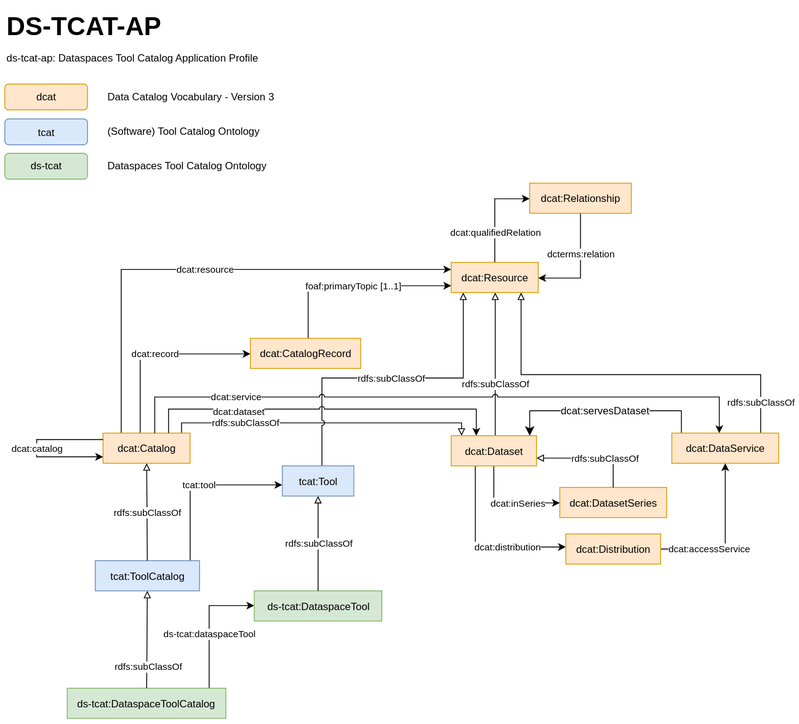
Fraunhofer-FIT-DSAI/ds-tcat-ap keeps this draw.io diagram as editable-visual-models/ds-tcat-ap-concise-visual-model.drawio.svg. Above is the earlier version. Source tidied: cells renumbered, new cells last; positions are measured from the earlier drawing's top-left corner, leaving out a move shared by most shapes.
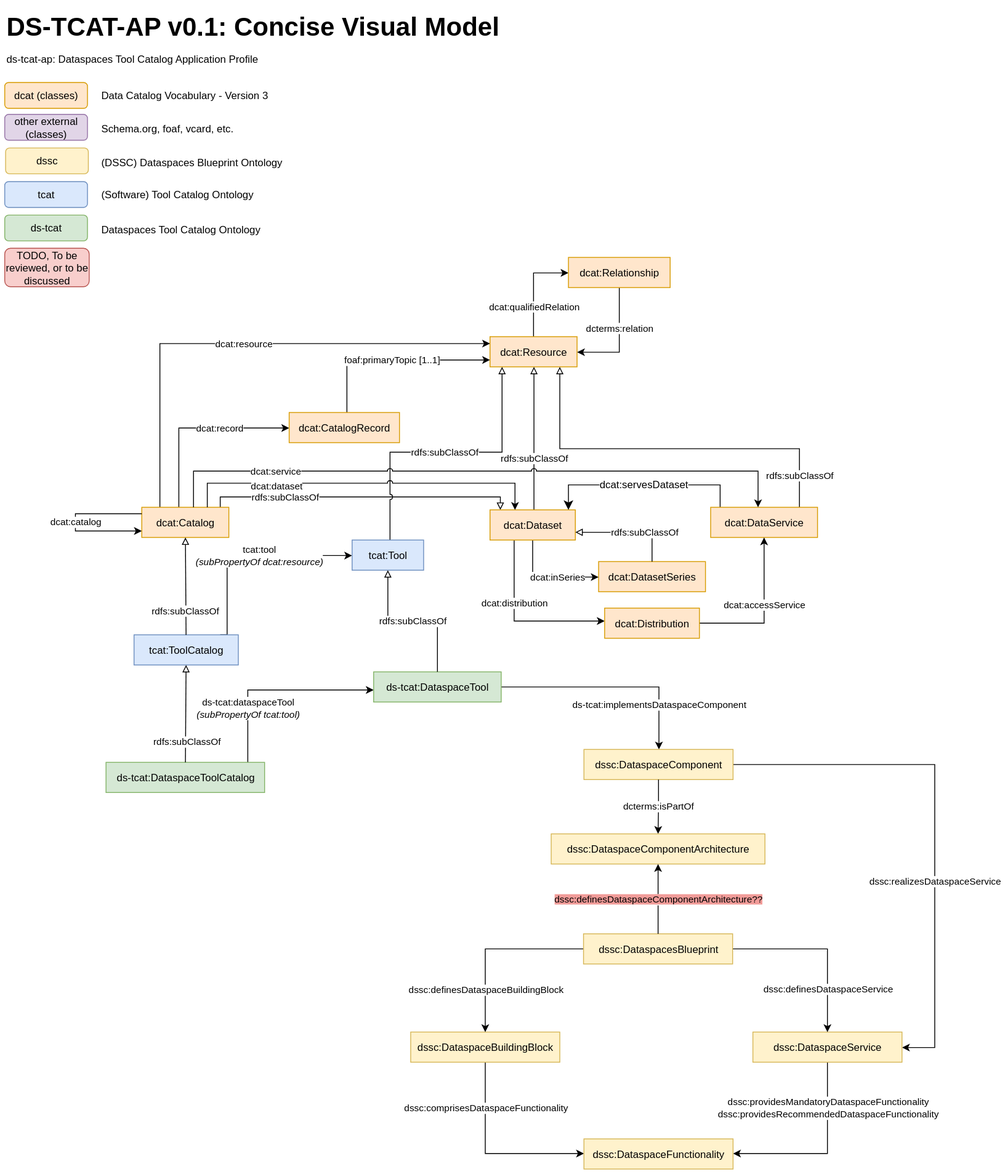
After the commit.

Commit message:
Add dssc ontology to the DS-TCAT-AP Concise Visual Model and illustrate its relationship with the rest of the ontologies

Change to the diagram source:
```diff
@@ -2,9 +2,9 @@
   <root>
     <mxCell id="0" />
     <mxCell id="1" parent="0" />
-    <mxCell id="2" value="&lt;b style=&quot;&quot;&gt;&lt;font style=&quot;font-size: 30px;&quot;&gt;DS-TCAT-AP&lt;/font&gt;&lt;/b&gt;" style="text;html=1;align=left;verticalAlign=middle;whiteSpace=wrap;rounded=0;" parent="1" vertex="1">
-      <mxGeometry width="185" height="49" as="geometry" />
-    </mxCell>
+    <mxCell id="44" value="&lt;b style=&quot;&quot;&gt;&lt;font style=&quot;font-size: 30px;&quot;&gt;DS-TCAT-AP v0.1: Concise Visual Model&lt;/font&gt;&lt;/b&gt;" style="text;html=1;align=left;verticalAlign=middle;whiteSpace=wrap;rounded=0;" parent="1" vertex="1">
+      <mxGeometry x="-45" y="-85" width="588" height="49" as="geometry" />
+    </mxCell>
     <mxCell id="3" value="dcat:qualifiedRelation" style="edgeStyle=orthogonalEdgeStyle;rounded=0;jettySize=auto;html=1;" parent="1" edge="1" source="4" target="12">
       <mxGeometry x="-0.39" relative="1" as="geometry">
         <Array as="points">
@@ -16,10 +16,11 @@
       <mxGeometry x="518" y="300" width="101" height="35" as="geometry" />
     </mxCell>
     <mxCell id="5" value="dcat:record" style="edgeStyle=orthogonalEdgeStyle;rounded=0;jettySize=auto;html=1;" parent="1" edge="1" source="8" target="10">
-      <mxGeometry relative="1" as="geometry">
+      <mxGeometry x="0.25" relative="1" as="geometry">
         <Array as="points">
           <mxPoint x="157" y="406" />
         </Array>
+        <mxPoint x="1" as="offset" />
       </mxGeometry>
     </mxCell>
     <mxCell id="6" value="dcat:resource" style="edgeStyle=orthogonalEdgeStyle;rounded=0;jettySize=auto;html=1;" parent="1" edge="1" source="8" target="4">
@@ -79,7 +80,7 @@
       </mxGeometry>
     </mxCell>
     <mxCell id="16" value="dcat:distribution" style="edgeStyle=orthogonalEdgeStyle;rounded=0;jettySize=auto;html=1;" parent="1" edge="1" source="18" target="23">
-      <mxGeometry x="0.31" relative="1" as="geometry">
+      <mxGeometry x="-0.27" relative="1" as="geometry">
         <Array as="points">
           <mxPoint x="546" y="630" />
         </Array>
@@ -115,41 +116,42 @@
       <mxGeometry x="774" y="498" width="124" height="35" as="geometry" />
     </mxCell>
     <mxCell id="22" value="dcat:accessService" style="edgeStyle=orthogonalEdgeStyle;rounded=0;jettySize=auto;html=1;" parent="1" edge="1" source="23" target="21">
-      <mxGeometry x="-0.35" relative="1" as="geometry" />
+      <mxGeometry x="0.11" relative="1" as="geometry" />
     </mxCell>
     <mxCell id="23" value="dcat:Distribution" style="rounded=0;whiteSpace=wrap;html=1;fillColor=#ffe6cc;strokeColor=#d79b00;" parent="1" vertex="1">
       <mxGeometry x="651" y="615" width="110" height="35" as="geometry" />
     </mxCell>
-    <mxCell id="24" value="tcat:tool" style="edgeStyle=orthogonalEdgeStyle;rounded=0;jettySize=auto;html=1;" parent="1" edge="1" source="25" target="28">
-      <mxGeometry relative="1" as="geometry">
-        <Array as="points">
-          <mxPoint x="215" y="558" />
-        </Array>
-      </mxGeometry>
-    </mxCell>
+    <mxCell id="45" value="tcat:tool&lt;div&gt;&lt;i&gt;(subPropertyOf&amp;nbsp;&lt;span style=&quot;background-color: light-dark(#ffffff, var(--ge-dark-color, #121212)); color: light-dark(rgb(0, 0, 0), rgb(255, 255, 255));&quot;&gt;dcat:resource)&lt;/span&gt;&lt;/i&gt;&lt;/div&gt;" style="edgeStyle=orthogonalEdgeStyle;rounded=0;jettySize=auto;html=1;" parent="1" edge="1" target="28">
+      <mxGeometry x="0.12" relative="1" as="geometry">
+        <mxPoint x="205" y="646" as="sourcePoint" />
+        <Array as="points">
+          <mxPoint x="213" y="646" />
+          <mxPoint x="213" y="554" />
+        </Array>
+      </mxGeometry>
+    </mxCell>
     <mxCell id="25" value="tcat:ToolCatalog" style="rounded=0;whiteSpace=wrap;html=1;fillColor=#dae8fc;strokeColor=#6c8ebf;" parent="1" vertex="1">
       <mxGeometry x="105" y="646" width="121" height="35" as="geometry" />
     </mxCell>
     <mxCell id="26" value="rdfs:subClassOf" style="rounded=0;jettySize=auto;html=1;endArrow=block;endFill=0;" parent="1" edge="1" source="25" target="8">
-      <mxGeometry relative="1" as="geometry" />
+      <mxGeometry x="-0.49" y="1" relative="1" as="geometry" />
     </mxCell>
     <mxCell id="27" value="rdfs:subClassOf" style="edgeStyle=orthogonalEdgeStyle;rounded=0;jettySize=auto;html=1;endArrow=block;endFill=0;jumpStyle=arc;" parent="1" edge="1" source="28" target="4">
       <mxGeometry relative="1" as="geometry">
         <Array as="points">
-          <mxPoint x="368" y="434" />
+          <mxPoint x="402" y="434" />
           <mxPoint x="532" y="434" />
         </Array>
       </mxGeometry>
     </mxCell>
     <mxCell id="28" value="tcat:Tool" style="rounded=0;whiteSpace=wrap;html=1;fillColor=#dae8fc;strokeColor=#6c8ebf;" parent="1" vertex="1">
-      <mxGeometry x="322" y="536" width="83" height="35" as="geometry" />
+      <mxGeometry x="358" y="536" width="83" height="35" as="geometry" />
     </mxCell>
-    <mxCell id="29" value="ds-tcat:dataspaceTool" style="edgeStyle=orthogonalEdgeStyle;rounded=0;jettySize=auto;html=1;" parent="1" edge="1" source="30" target="32">
-      <mxGeometry x="-0.15" relative="1" as="geometry">
+    <mxCell id="29" value="ds-tcat:dataspaceTool&lt;div&gt;&lt;span style=&quot;font-style: italic;&quot;&gt;(subPropertyOf&amp;nbsp;&lt;/span&gt;&lt;span style=&quot;color: light-dark(rgb(0, 0, 0), rgb(255, 255, 255)); font-style: italic;&quot;&gt;tcat:tool)&lt;/span&gt;&lt;/div&gt;" style="edgeStyle=orthogonalEdgeStyle;rounded=0;jettySize=auto;html=1;" parent="1" edge="1" source="30" target="32">
+      <mxGeometry x="-0.44" relative="1" as="geometry">
         <Array as="points">
-          <mxPoint x="237" y="698" />
+          <mxPoint x="237" y="710" />
         </Array>
-        <mxPoint y="1" as="offset" />
       </mxGeometry>
     </mxCell>
     <mxCell id="30" value="ds-tcat:DataspaceToolCatalog" style="rounded=0;whiteSpace=wrap;html=1;fillColor=#d5e8d4;strokeColor=#82b366;" parent="1" vertex="1">
@@ -160,10 +162,17 @@
         <mxPoint y="-1" as="offset" />
       </mxGeometry>
     </mxCell>
+    <mxCell id="46" value="ds-tcat:implementsDataspaceComponent" style="edgeStyle=orthogonalEdgeStyle;rounded=0;jettySize=auto;html=1;" parent="1" edge="1" source="32" target="54">
+      <mxGeometry x="0.59" relative="1" as="geometry">
+        <Array as="points">
+          <mxPoint x="714" y="707" />
+        </Array>
+      </mxGeometry>
+    </mxCell>
     <mxCell id="32" value="ds-tcat:DataspaceTool" style="rounded=0;whiteSpace=wrap;html=1;fillColor=#d5e8d4;strokeColor=#82b366;" parent="1" vertex="1">
-      <mxGeometry x="289.5" y="681" width="148" height="35" as="geometry" />
+      <mxGeometry x="383" y="689" width="148" height="35" as="geometry" />
     </mxCell>
-    <mxCell id="33" value="rdfs:subClassOf" style="rounded=0;jettySize=auto;html=1;endArrow=block;endFill=0;" parent="1" edge="1" source="32" target="28">
+    <mxCell id="33" value="rdfs:subClassOf" style="rounded=0;jettySize=auto;html=1;endArrow=block;endFill=0;edgeStyle=orthogonalEdgeStyle;" parent="1" edge="1" source="32" target="28">
       <mxGeometry relative="1" as="geometry" />
     </mxCell>
     <mxCell id="34" value="rdfs:subClassOf" style="edgeStyle=orthogonalEdgeStyle;rounded=0;jettySize=auto;html=1;endArrow=block;endFill=0;jumpStyle=arc;" parent="1" edge="1" source="14" target="18">
@@ -173,26 +182,17 @@
         </Array>
       </mxGeometry>
     </mxCell>
-    <mxCell id="35" value="dcat" style="rounded=1;whiteSpace=wrap;html=1;fillColor=#ffe6cc;strokeColor=#d79b00;" parent="1" vertex="1">
-      <mxGeometry y="93" width="96" height="30" as="geometry" />
-    </mxCell>
-    <mxCell id="36" value="tcat" style="rounded=1;whiteSpace=wrap;html=1;fillColor=#dae8fc;strokeColor=#6c8ebf;" parent="1" vertex="1">
-      <mxGeometry y="133.5" width="96" height="30" as="geometry" />
-    </mxCell>
-    <mxCell id="37" value="ds-tcat" style="rounded=1;whiteSpace=wrap;html=1;fillColor=#d5e8d4;strokeColor=#82b366;" parent="1" vertex="1">
-      <mxGeometry y="173.4" width="96" height="30" as="geometry" />
-    </mxCell>
     <mxCell id="38" value="Data Catalog Vocabulary - Version 3" style="text;html=1;align=left;verticalAlign=middle;whiteSpace=wrap;rounded=0;" parent="1" vertex="1">
-      <mxGeometry x="117" y="93" width="202" height="30" as="geometry" />
+      <mxGeometry x="65" y="5" width="202" height="30" as="geometry" />
     </mxCell>
     <mxCell id="39" value="(Software) Tool Catalog Ontology" style="text;html=1;align=left;verticalAlign=middle;whiteSpace=wrap;rounded=0;" parent="1" vertex="1">
-      <mxGeometry x="117" y="132.5" width="202" height="30" as="geometry" />
+      <mxGeometry x="65" y="120" width="202" height="30" as="geometry" />
     </mxCell>
     <mxCell id="40" value="Dataspaces Tool Catalog Ontology" style="text;html=1;align=left;verticalAlign=middle;whiteSpace=wrap;rounded=0;" parent="1" vertex="1">
-      <mxGeometry x="117" y="173.4" width="202" height="30" as="geometry" />
+      <mxGeometry x="65" y="160.9" width="202" height="30" as="geometry" />
     </mxCell>
     <mxCell id="41" value="&lt;h1 style=&quot;margin-top: 0px;&quot;&gt;&lt;span style=&quot;background-color: transparent; color: light-dark(rgb(0, 0, 0), rgb(255, 255, 255)); font-size: 12px; font-weight: normal;&quot;&gt;ds-tcat-ap: Dataspaces Tool Catalog Application Profile&lt;/span&gt;&lt;/h1&gt;" style="text;html=1;align=left;verticalAlign=top;whiteSpace=wrap;rounded=0;" parent="1" vertex="1">
-      <mxGeometry y="38" width="330" height="46" as="geometry" />
+      <mxGeometry x="-45" y="-47" width="330" height="46" as="geometry" />
     </mxCell>
     <mxCell id="42" value="dcat:dataset" style="edgeStyle=orthogonalEdgeStyle;rounded=0;jettySize=auto;html=1;endArrow=classic;endFill=1;jumpStyle=arc;" parent="1" edge="1" source="8" target="18">
       <mxGeometry x="-0.48" y="-3" relative="1" as="geometry">
@@ -210,5 +210,81 @@
         </Array>
       </mxGeometry>
     </mxCell>
+    <mxCell id="47" value="dcat (classes)" style="rounded=1;whiteSpace=wrap;html=1;fillColor=#ffe6cc;strokeColor=#d79b00;" parent="1" vertex="1">
+      <mxGeometry x="-45" y="5" width="96" height="30" as="geometry" />
+    </mxCell>
+    <mxCell id="36" value="tcat" style="rounded=1;whiteSpace=wrap;html=1;fillColor=#dae8fc;strokeColor=#6c8ebf;" parent="1" vertex="1">
+      <mxGeometry x="-45" y="120" width="96" height="30" as="geometry" />
+    </mxCell>
+    <mxCell id="37" value="ds-tcat" style="rounded=1;whiteSpace=wrap;html=1;fillColor=#d5e8d4;strokeColor=#82b366;" parent="1" vertex="1">
+      <mxGeometry x="-45" y="158.9" width="96" height="30" as="geometry" />
+    </mxCell>
+    <mxCell id="48" value="other external (classes)" style="rounded=1;whiteSpace=wrap;html=1;fillColor=#e1d5e7;strokeColor=#9673a6;" parent="1" vertex="1">
+      <mxGeometry x="-45" y="42" width="96" height="30" as="geometry" />
+    </mxCell>
+    <mxCell id="49" value="dssc" style="rounded=1;whiteSpace=wrap;html=1;fillColor=#fff2cc;strokeColor=#d6b656;" parent="1" vertex="1">
+      <mxGeometry x="-44" y="81" width="96" height="30" as="geometry" />
+    </mxCell>
+    <mxCell id="50" value="TODO, To be reviewed, or to be discussed" style="rounded=1;whiteSpace=wrap;html=1;fillColor=#f8cecc;strokeColor=#b85450;" parent="1" vertex="1">
+      <mxGeometry x="-45" y="197.4" width="98" height="44.6" as="geometry" />
+    </mxCell>
+    <mxCell id="51" value="(DSSC) Dataspaces Blueprint Ontology" style="text;html=1;align=left;verticalAlign=middle;whiteSpace=wrap;rounded=0;" parent="1" vertex="1">
+      <mxGeometry x="65" y="83" width="215" height="30" as="geometry" />
+    </mxCell>
+    <mxCell id="52" value="Schema.org, foaf, vcard, etc." style="text;html=1;align=left;verticalAlign=middle;whiteSpace=wrap;rounded=0;" parent="1" vertex="1">
+      <mxGeometry x="65" y="44" width="202" height="30" as="geometry" />
+    </mxCell>
+    <mxCell id="53" value="dssc:realizesDataspaceService" style="edgeStyle=orthogonalEdgeStyle;rounded=0;jettySize=auto;html=1;" parent="1" edge="1" source="54" target="56">
+      <mxGeometry x="0.23" relative="1" as="geometry">
+        <Array as="points">
+          <mxPoint x="1034" y="797" />
+          <mxPoint x="1034" y="1125" />
+        </Array>
+      </mxGeometry>
+    </mxCell>
+    <mxCell id="54" value="dssc:DataspaceComponent" style="rounded=0;whiteSpace=wrap;html=1;fillColor=#fff2cc;strokeColor=#d6b656;" parent="1" vertex="1">
+      <mxGeometry x="627" y="779" width="173" height="35" as="geometry" />
+    </mxCell>
+    <mxCell id="55" value="dssc:providesMandatoryDataspaceFunctionality&lt;div&gt;dssc:providesRecommendedDataspaceFunctionality&lt;/div&gt;" style="edgeStyle=orthogonalEdgeStyle;rounded=0;jettySize=auto;html=1;" parent="1" edge="1" source="56" target="59">
+      <mxGeometry x="-0.51" relative="1" as="geometry">
+        <Array as="points">
+          <mxPoint x="909" y="1248" />
+        </Array>
+      </mxGeometry>
+    </mxCell>
+    <mxCell id="56" value="dssc:DataspaceService" style="rounded=0;whiteSpace=wrap;html=1;fillColor=#fff2cc;strokeColor=#d6b656;" parent="1" vertex="1">
+      <mxGeometry x="823" y="1107" width="173" height="35" as="geometry" />
+    </mxCell>
+    <mxCell id="57" value="dssc:comprisesDataspaceFunctionality" style="edgeStyle=orthogonalEdgeStyle;rounded=0;jettySize=auto;html=1;" parent="1" edge="1" source="58" target="59">
+      <mxGeometry x="-0.52" relative="1" as="geometry">
+        <Array as="points">
+          <mxPoint x="513" y="1248" />
+        </Array>
+      </mxGeometry>
+    </mxCell>
+    <mxCell id="58" value="dssc:DataspaceBuildingBlock" style="rounded=0;whiteSpace=wrap;html=1;fillColor=#fff2cc;strokeColor=#d6b656;" parent="1" vertex="1">
+      <mxGeometry x="426" y="1107" width="173" height="35" as="geometry" />
+    </mxCell>
+    <mxCell id="59" value="dssc:DataspaceFunctionality" style="rounded=0;whiteSpace=wrap;html=1;fillColor=#fff2cc;strokeColor=#d6b656;" parent="1" vertex="1">
+      <mxGeometry x="627" y="1231" width="173" height="35" as="geometry" />
+    </mxCell>
+    <mxCell id="60" value="dssc:definesDataspaceBuildingBlock" style="edgeStyle=orthogonalEdgeStyle;rounded=0;jettySize=auto;html=1;" parent="1" edge="1" source="62" target="58">
+      <mxGeometry x="0.54" relative="1" as="geometry" />
+    </mxCell>
+    <mxCell id="61" value="dssc:definesDataspaceService" style="edgeStyle=orthogonalEdgeStyle;rounded=0;jettySize=auto;html=1;" parent="1" edge="1" source="62" target="56">
+      <mxGeometry x="0.53" relative="1" as="geometry" />
+    </mxCell>
+    <mxCell id="62" value="dssc:DataspacesBlueprint" style="rounded=0;whiteSpace=wrap;html=1;fillColor=#fff2cc;strokeColor=#d6b656;" parent="1" vertex="1">
+      <mxGeometry x="626.5" y="993" width="173" height="35" as="geometry" />
+    </mxCell>
+    <mxCell id="63" value="dcterms:isPartOf" style="edgeStyle=orthogonalEdgeStyle;rounded=0;jettySize=auto;html=1;" parent="1" edge="1" source="54" target="64">
+      <mxGeometry relative="1" as="geometry" />
+    </mxCell>
+    <mxCell id="64" value="dssc:DataspaceComponentArchitecture" style="rounded=0;whiteSpace=wrap;html=1;fillColor=#fff2cc;strokeColor=#d6b656;" parent="1" vertex="1">
+      <mxGeometry x="589" y="877" width="248" height="35" as="geometry" />
+    </mxCell>
+    <mxCell id="65" value="&lt;span style=&quot;background-color: rgb(241, 156, 153);&quot;&gt;dssc:definesDataspaceComponentArchitecture??&lt;/span&gt;" style="edgeStyle=orthogonalEdgeStyle;rounded=0;jettySize=auto;html=1;" parent="1" edge="1" source="62" target="64">
+      <mxGeometry relative="1" as="geometry" />
+    </mxCell>
   </root>
 </mxGraphModel>
```
